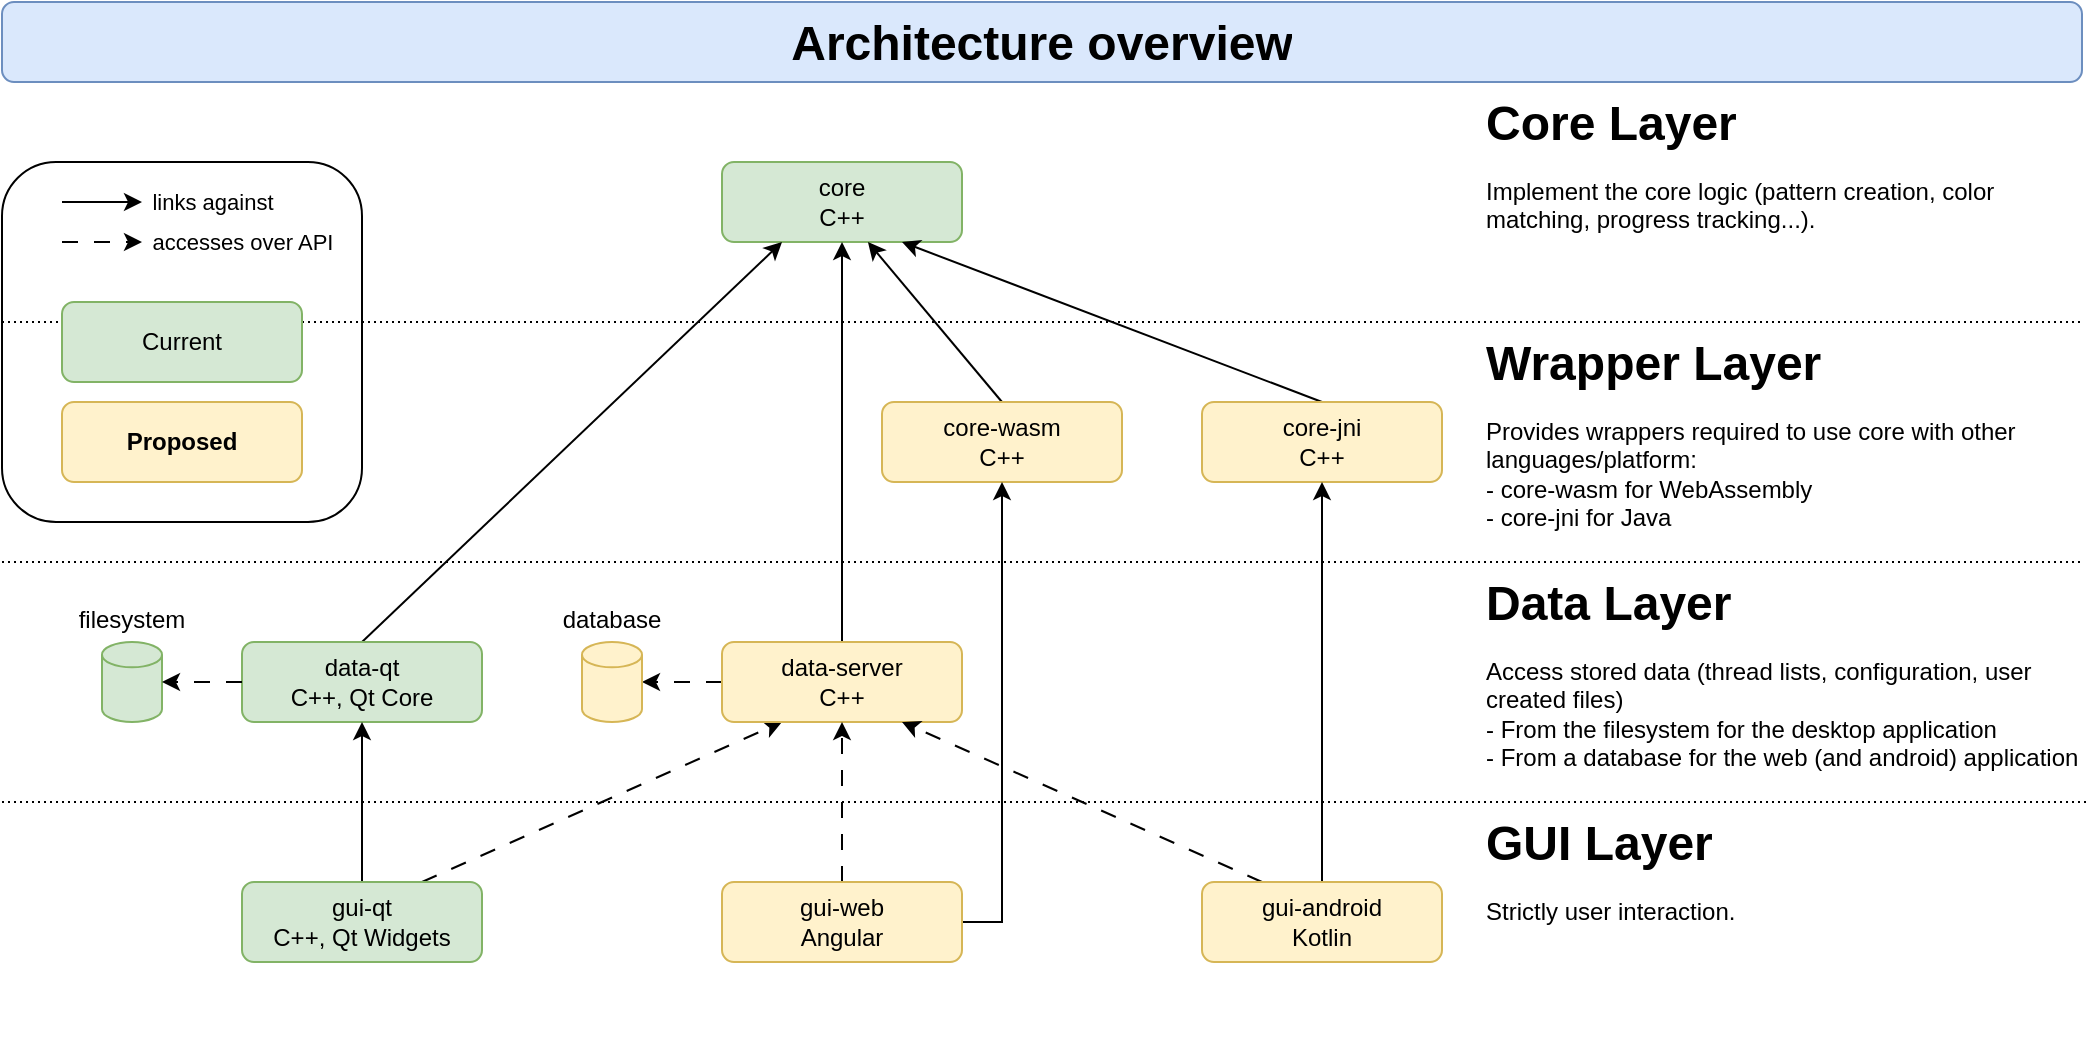
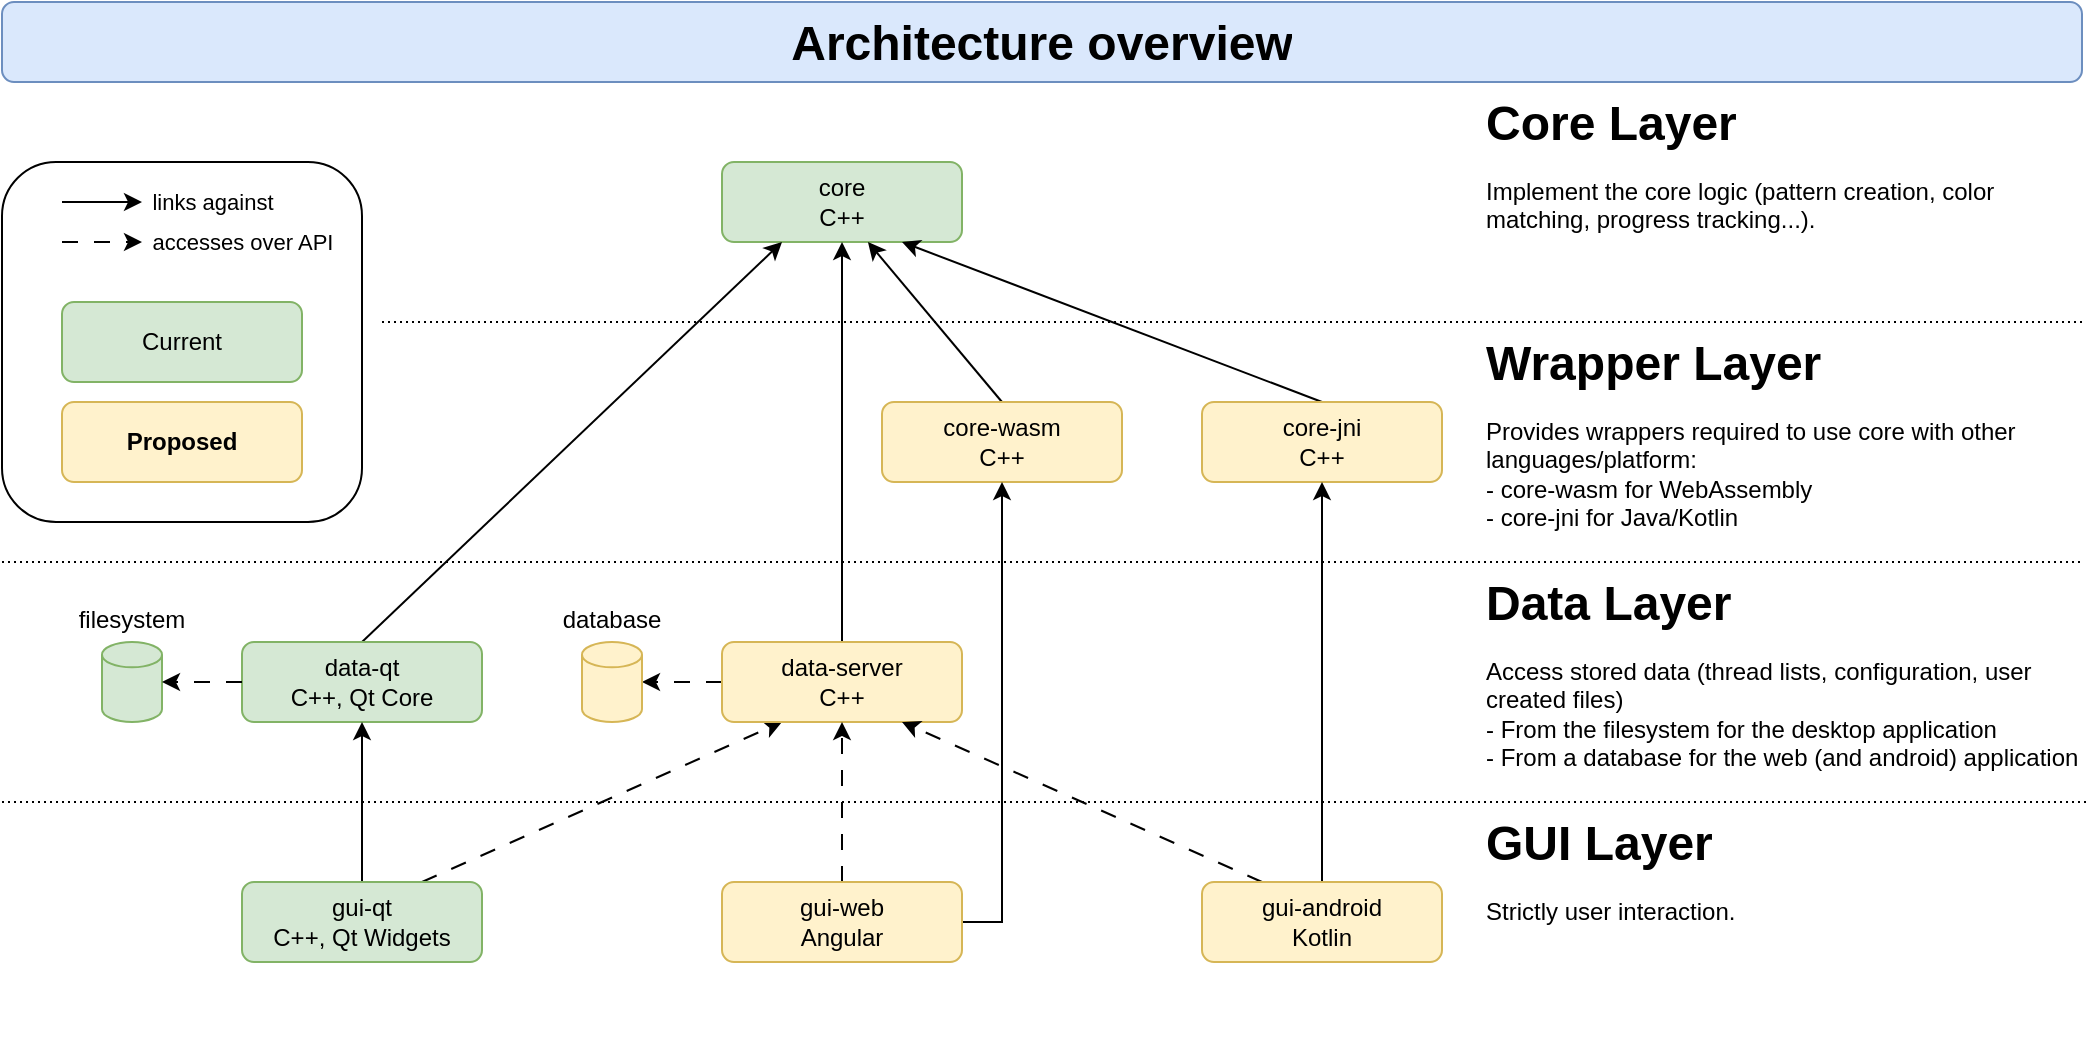
<mxfile host="Electron" agent="Mozilla/5.0 (X11; Linux x86_64) AppleWebKit/537.36 (KHTML, like Gecko) draw.io/28.2.5 Chrome/138.0.7204.251 Electron/37.6.1 Safari/537.36" version="28.2.5">
  <diagram name="Seite-1" id="F41fRs0eCjDLxBcW3rhW">
-     <mxGraphModel dx="3094" dy="1462" grid="1" gridSize="10" guides="1" tooltips="1" connect="1" arrows="1" fold="1" page="1" pageScale="1" pageWidth="827" pageHeight="1169" math="0" shadow="0">
+     <mxGraphModel dx="2187" dy="877" grid="1" gridSize="10" guides="1" tooltips="1" connect="1" arrows="1" fold="1" page="1" pageScale="1" pageWidth="827" pageHeight="1169" math="0" shadow="0">
      <root>
        <mxCell id="0" />
        <mxCell id="1" parent="0" />
-         <mxCell id="LadjJh0SSRlLmkwfqYPK-57" value="" style="rounded=1;whiteSpace=wrap;html=1;fillColor=default;" vertex="1" parent="1">
+         <mxCell id="LadjJh0SSRlLmkwfqYPK-57" value="" style="rounded=1;whiteSpace=wrap;html=1;fillColor=default;" parent="1" vertex="1">
          <mxGeometry x="-560" y="360" width="180" height="180" as="geometry" />
        </mxCell>
-         <mxCell id="LadjJh0SSRlLmkwfqYPK-1" value="core&lt;div&gt;C++&lt;/div&gt;" style="rounded=1;whiteSpace=wrap;html=1;fillColor=#d5e8d4;strokeColor=#82b366;" vertex="1" parent="1">
+         <mxCell id="LadjJh0SSRlLmkwfqYPK-1" value="core&lt;div&gt;C++&lt;/div&gt;" style="rounded=1;whiteSpace=wrap;html=1;fillColor=#d5e8d4;strokeColor=#82b366;" parent="1" vertex="1">
          <mxGeometry x="-200" y="360" width="120" height="40" as="geometry" />
        </mxCell>
-         <mxCell id="LadjJh0SSRlLmkwfqYPK-16" style="edgeStyle=none;rounded=0;orthogonalLoop=1;jettySize=auto;html=1;exitX=0.5;exitY=0;exitDx=0;exitDy=0;entryX=0.25;entryY=1;entryDx=0;entryDy=0;" edge="1" parent="1" source="LadjJh0SSRlLmkwfqYPK-2" target="LadjJh0SSRlLmkwfqYPK-1">
+         <mxCell id="LadjJh0SSRlLmkwfqYPK-16" style="edgeStyle=none;rounded=0;orthogonalLoop=1;jettySize=auto;html=1;exitX=0.5;exitY=0;exitDx=0;exitDy=0;entryX=0.25;entryY=1;entryDx=0;entryDy=0;" parent="1" source="LadjJh0SSRlLmkwfqYPK-2" target="LadjJh0SSRlLmkwfqYPK-1" edge="1">
          <mxGeometry relative="1" as="geometry" />
        </mxCell>
-         <mxCell id="LadjJh0SSRlLmkwfqYPK-2" value="data-qt&lt;div&gt;C++, Qt Core&lt;/div&gt;" style="rounded=1;whiteSpace=wrap;html=1;fillColor=#d5e8d4;strokeColor=#82b366;" vertex="1" parent="1">
+         <mxCell id="LadjJh0SSRlLmkwfqYPK-2" value="data-qt&lt;div&gt;C++, Qt Core&lt;/div&gt;" style="rounded=1;whiteSpace=wrap;html=1;fillColor=#d5e8d4;strokeColor=#82b366;" parent="1" vertex="1">
          <mxGeometry x="-440" y="600" width="120" height="40" as="geometry" />
        </mxCell>
-         <mxCell id="LadjJh0SSRlLmkwfqYPK-17" value="" style="edgeStyle=none;rounded=0;orthogonalLoop=1;jettySize=auto;html=1;exitX=0.5;exitY=0;exitDx=0;exitDy=0;entryX=0.5;entryY=1;entryDx=0;entryDy=0;" edge="1" parent="1" source="LadjJh0SSRlLmkwfqYPK-3" target="LadjJh0SSRlLmkwfqYPK-2">
+         <mxCell id="LadjJh0SSRlLmkwfqYPK-17" value="" style="edgeStyle=none;rounded=0;orthogonalLoop=1;jettySize=auto;html=1;exitX=0.5;exitY=0;exitDx=0;exitDy=0;entryX=0.5;entryY=1;entryDx=0;entryDy=0;" parent="1" source="LadjJh0SSRlLmkwfqYPK-3" target="LadjJh0SSRlLmkwfqYPK-2" edge="1">
          <mxGeometry relative="1" as="geometry" />
        </mxCell>
-         <mxCell id="LadjJh0SSRlLmkwfqYPK-22" style="edgeStyle=none;rounded=0;orthogonalLoop=1;jettySize=auto;html=1;exitX=0.75;exitY=0;exitDx=0;exitDy=0;entryX=0.25;entryY=1;entryDx=0;entryDy=0;dashed=1;dashPattern=8 8;" edge="1" parent="1" source="LadjJh0SSRlLmkwfqYPK-3" target="LadjJh0SSRlLmkwfqYPK-5">
+         <mxCell id="LadjJh0SSRlLmkwfqYPK-22" style="edgeStyle=none;rounded=0;orthogonalLoop=1;jettySize=auto;html=1;exitX=0.75;exitY=0;exitDx=0;exitDy=0;entryX=0.25;entryY=1;entryDx=0;entryDy=0;dashed=1;dashPattern=8 8;" parent="1" source="LadjJh0SSRlLmkwfqYPK-3" target="LadjJh0SSRlLmkwfqYPK-5" edge="1">
          <mxGeometry relative="1" as="geometry" />
        </mxCell>
-         <mxCell id="LadjJh0SSRlLmkwfqYPK-3" value="gui-qt&lt;div&gt;C++, Qt Widgets&lt;/div&gt;" style="rounded=1;whiteSpace=wrap;html=1;fillColor=#d5e8d4;strokeColor=#82b366;" vertex="1" parent="1">
+         <mxCell id="LadjJh0SSRlLmkwfqYPK-3" value="gui-qt&lt;div&gt;C++, Qt Widgets&lt;/div&gt;" style="rounded=1;whiteSpace=wrap;html=1;fillColor=#d5e8d4;strokeColor=#82b366;" parent="1" vertex="1">
          <mxGeometry x="-440" y="720" width="120" height="40" as="geometry" />
        </mxCell>
-         <mxCell id="LadjJh0SSRlLmkwfqYPK-14" value="" style="rounded=0;orthogonalLoop=1;jettySize=auto;html=1;exitX=0.5;exitY=0;exitDx=0;exitDy=0;entryX=0.608;entryY=1;entryDx=0;entryDy=0;entryPerimeter=0;" edge="1" parent="1" source="LadjJh0SSRlLmkwfqYPK-4" target="LadjJh0SSRlLmkwfqYPK-1">
+         <mxCell id="LadjJh0SSRlLmkwfqYPK-14" value="" style="rounded=0;orthogonalLoop=1;jettySize=auto;html=1;exitX=0.5;exitY=0;exitDx=0;exitDy=0;entryX=0.608;entryY=1;entryDx=0;entryDy=0;entryPerimeter=0;" parent="1" source="LadjJh0SSRlLmkwfqYPK-4" target="LadjJh0SSRlLmkwfqYPK-1" edge="1">
          <mxGeometry relative="1" as="geometry" />
        </mxCell>
-         <mxCell id="LadjJh0SSRlLmkwfqYPK-4" value="core-wasm&lt;div&gt;C++&lt;/div&gt;" style="rounded=1;whiteSpace=wrap;html=1;fillColor=#fff2cc;strokeColor=#d6b656;" vertex="1" parent="1">
+         <mxCell id="LadjJh0SSRlLmkwfqYPK-4" value="core-wasm&lt;div&gt;C++&lt;/div&gt;" style="rounded=1;whiteSpace=wrap;html=1;fillColor=#fff2cc;strokeColor=#d6b656;" parent="1" vertex="1">
          <mxGeometry x="-120" y="480" width="120" height="40" as="geometry" />
        </mxCell>
-         <mxCell id="LadjJh0SSRlLmkwfqYPK-20" value="" style="edgeStyle=none;rounded=0;orthogonalLoop=1;jettySize=auto;html=1;exitX=0.5;exitY=0;exitDx=0;exitDy=0;entryX=0.5;entryY=1;entryDx=0;entryDy=0;" edge="1" parent="1" source="LadjJh0SSRlLmkwfqYPK-5" target="LadjJh0SSRlLmkwfqYPK-1">
+         <mxCell id="LadjJh0SSRlLmkwfqYPK-20" value="" style="edgeStyle=none;rounded=0;orthogonalLoop=1;jettySize=auto;html=1;exitX=0.5;exitY=0;exitDx=0;exitDy=0;entryX=0.5;entryY=1;entryDx=0;entryDy=0;" parent="1" source="LadjJh0SSRlLmkwfqYPK-5" target="LadjJh0SSRlLmkwfqYPK-1" edge="1">
          <mxGeometry x="0.3" relative="1" as="geometry">
            <mxPoint as="offset" />
          </mxGeometry>
        </mxCell>
-         <mxCell id="LadjJh0SSRlLmkwfqYPK-29" value="" style="edgeStyle=none;rounded=0;orthogonalLoop=1;jettySize=auto;html=1;exitX=0;exitY=0.5;exitDx=0;exitDy=0;dashed=1;dashPattern=8 8;" edge="1" parent="1" source="LadjJh0SSRlLmkwfqYPK-5" target="LadjJh0SSRlLmkwfqYPK-27">
+         <mxCell id="LadjJh0SSRlLmkwfqYPK-29" value="" style="edgeStyle=none;rounded=0;orthogonalLoop=1;jettySize=auto;html=1;exitX=0;exitY=0.5;exitDx=0;exitDy=0;dashed=1;dashPattern=8 8;" parent="1" source="LadjJh0SSRlLmkwfqYPK-5" target="LadjJh0SSRlLmkwfqYPK-27" edge="1">
          <mxGeometry x="0.1995" y="10" relative="1" as="geometry">
            <mxPoint as="offset" />
          </mxGeometry>
        </mxCell>
-         <mxCell id="LadjJh0SSRlLmkwfqYPK-5" value="data-server&lt;div&gt;C++&lt;/div&gt;" style="rounded=1;whiteSpace=wrap;html=1;fillColor=#fff2cc;strokeColor=#d6b656;" vertex="1" parent="1">
+         <mxCell id="LadjJh0SSRlLmkwfqYPK-5" value="data-server&lt;div&gt;C++&lt;/div&gt;" style="rounded=1;whiteSpace=wrap;html=1;fillColor=#fff2cc;strokeColor=#d6b656;" parent="1" vertex="1">
          <mxGeometry x="-200" y="600" width="120" height="40" as="geometry" />
        </mxCell>
-         <mxCell id="LadjJh0SSRlLmkwfqYPK-18" value="" style="edgeStyle=orthogonalEdgeStyle;rounded=0;orthogonalLoop=1;jettySize=auto;html=1;exitX=1;exitY=0.5;exitDx=0;exitDy=0;entryX=0.5;entryY=1;entryDx=0;entryDy=0;" edge="1" parent="1" source="LadjJh0SSRlLmkwfqYPK-6" target="LadjJh0SSRlLmkwfqYPK-4">
+         <mxCell id="LadjJh0SSRlLmkwfqYPK-18" value="" style="edgeStyle=orthogonalEdgeStyle;rounded=0;orthogonalLoop=1;jettySize=auto;html=1;exitX=1;exitY=0.5;exitDx=0;exitDy=0;entryX=0.5;entryY=1;entryDx=0;entryDy=0;" parent="1" source="LadjJh0SSRlLmkwfqYPK-6" target="LadjJh0SSRlLmkwfqYPK-4" edge="1">
          <mxGeometry x="0.5834" relative="1" as="geometry">
            <Array as="points">
              <mxPoint x="-60" y="740" />
            </Array>
            <mxPoint as="offset" />
          </mxGeometry>
        </mxCell>
-         <mxCell id="LadjJh0SSRlLmkwfqYPK-21" value="" style="edgeStyle=none;rounded=0;orthogonalLoop=1;jettySize=auto;html=1;exitX=0.5;exitY=0;exitDx=0;exitDy=0;entryX=0.5;entryY=1;entryDx=0;entryDy=0;dashed=1;dashPattern=8 8;" edge="1" parent="1" source="LadjJh0SSRlLmkwfqYPK-6" target="LadjJh0SSRlLmkwfqYPK-5">
+         <mxCell id="LadjJh0SSRlLmkwfqYPK-21" value="" style="edgeStyle=none;rounded=0;orthogonalLoop=1;jettySize=auto;html=1;exitX=0.5;exitY=0;exitDx=0;exitDy=0;entryX=0.5;entryY=1;entryDx=0;entryDy=0;dashed=1;dashPattern=8 8;" parent="1" source="LadjJh0SSRlLmkwfqYPK-6" target="LadjJh0SSRlLmkwfqYPK-5" edge="1">
          <mxGeometry relative="1" as="geometry" />
        </mxCell>
-         <mxCell id="LadjJh0SSRlLmkwfqYPK-6" value="gui-web&lt;div&gt;Angular&lt;/div&gt;" style="rounded=1;whiteSpace=wrap;html=1;fillColor=#fff2cc;strokeColor=#d6b656;" vertex="1" parent="1">
+         <mxCell id="LadjJh0SSRlLmkwfqYPK-6" value="gui-web&lt;div&gt;Angular&lt;/div&gt;" style="rounded=1;whiteSpace=wrap;html=1;fillColor=#fff2cc;strokeColor=#d6b656;" parent="1" vertex="1">
          <mxGeometry x="-200" y="720" width="120" height="40" as="geometry" />
        </mxCell>
-         <mxCell id="LadjJh0SSRlLmkwfqYPK-15" value="" style="edgeStyle=none;rounded=0;orthogonalLoop=1;jettySize=auto;html=1;exitX=0.5;exitY=0;exitDx=0;exitDy=0;entryX=0.75;entryY=1;entryDx=0;entryDy=0;" edge="1" parent="1" source="LadjJh0SSRlLmkwfqYPK-7" target="LadjJh0SSRlLmkwfqYPK-1">
+         <mxCell id="LadjJh0SSRlLmkwfqYPK-15" value="" style="edgeStyle=none;rounded=0;orthogonalLoop=1;jettySize=auto;html=1;exitX=0.5;exitY=0;exitDx=0;exitDy=0;entryX=0.75;entryY=1;entryDx=0;entryDy=0;" parent="1" source="LadjJh0SSRlLmkwfqYPK-7" target="LadjJh0SSRlLmkwfqYPK-1" edge="1">
          <mxGeometry relative="1" as="geometry" />
        </mxCell>
-         <mxCell id="LadjJh0SSRlLmkwfqYPK-7" value="core-jni&lt;div&gt;C++&lt;/div&gt;" style="rounded=1;whiteSpace=wrap;html=1;fillColor=#fff2cc;strokeColor=#d6b656;" vertex="1" parent="1">
+         <mxCell id="LadjJh0SSRlLmkwfqYPK-7" value="core-jni&lt;div&gt;C++&lt;/div&gt;" style="rounded=1;whiteSpace=wrap;html=1;fillColor=#fff2cc;strokeColor=#d6b656;" parent="1" vertex="1">
          <mxGeometry x="40" y="480" width="120" height="40" as="geometry" />
        </mxCell>
-         <mxCell id="LadjJh0SSRlLmkwfqYPK-19" value="" style="edgeStyle=none;rounded=0;orthogonalLoop=1;jettySize=auto;html=1;exitX=0.5;exitY=0;exitDx=0;exitDy=0;entryX=0.5;entryY=1;entryDx=0;entryDy=0;" edge="1" parent="1" source="LadjJh0SSRlLmkwfqYPK-8" target="LadjJh0SSRlLmkwfqYPK-7">
+         <mxCell id="LadjJh0SSRlLmkwfqYPK-19" value="" style="edgeStyle=none;rounded=0;orthogonalLoop=1;jettySize=auto;html=1;exitX=0.5;exitY=0;exitDx=0;exitDy=0;entryX=0.5;entryY=1;entryDx=0;entryDy=0;" parent="1" source="LadjJh0SSRlLmkwfqYPK-8" target="LadjJh0SSRlLmkwfqYPK-7" edge="1">
          <mxGeometry relative="1" as="geometry" />
        </mxCell>
-         <mxCell id="LadjJh0SSRlLmkwfqYPK-23" value="" style="edgeStyle=none;rounded=0;orthogonalLoop=1;jettySize=auto;html=1;exitX=0.25;exitY=0;exitDx=0;exitDy=0;entryX=0.75;entryY=1;entryDx=0;entryDy=0;dashed=1;dashPattern=8 8;" edge="1" parent="1" source="LadjJh0SSRlLmkwfqYPK-8" target="LadjJh0SSRlLmkwfqYPK-5">
+         <mxCell id="LadjJh0SSRlLmkwfqYPK-23" value="" style="edgeStyle=none;rounded=0;orthogonalLoop=1;jettySize=auto;html=1;exitX=0.25;exitY=0;exitDx=0;exitDy=0;entryX=0.75;entryY=1;entryDx=0;entryDy=0;dashed=1;dashPattern=8 8;" parent="1" source="LadjJh0SSRlLmkwfqYPK-8" target="LadjJh0SSRlLmkwfqYPK-5" edge="1">
          <mxGeometry relative="1" as="geometry" />
        </mxCell>
-         <mxCell id="LadjJh0SSRlLmkwfqYPK-8" value="gui-android&lt;div&gt;Kotlin&lt;/div&gt;" style="rounded=1;whiteSpace=wrap;html=1;fillColor=#fff2cc;strokeColor=#d6b656;" vertex="1" parent="1">
+         <mxCell id="LadjJh0SSRlLmkwfqYPK-8" value="gui-android&lt;div&gt;Kotlin&lt;/div&gt;" style="rounded=1;whiteSpace=wrap;html=1;fillColor=#fff2cc;strokeColor=#d6b656;" parent="1" vertex="1">
          <mxGeometry x="40" y="720" width="120" height="40" as="geometry" />
        </mxCell>
-         <mxCell id="LadjJh0SSRlLmkwfqYPK-26" value="&lt;div&gt;&lt;span style=&quot;background-color: transparent; color: light-dark(rgb(0, 0, 0), rgb(255, 255, 255));&quot;&gt;filesystem&lt;/span&gt;&lt;/div&gt;&lt;div&gt;&lt;span style=&quot;background-color: transparent; color: light-dark(rgb(0, 0, 0), rgb(255, 255, 255));&quot;&gt;&lt;br&gt;&lt;/span&gt;&lt;/div&gt;&lt;div&gt;&lt;span style=&quot;background-color: transparent; color: light-dark(rgb(0, 0, 0), rgb(255, 255, 255));&quot;&gt;&lt;br&gt;&lt;/span&gt;&lt;/div&gt;&lt;div&gt;&lt;span style=&quot;background-color: transparent; color: light-dark(rgb(0, 0, 0), rgb(255, 255, 255));&quot;&gt;&lt;br&gt;&lt;/span&gt;&lt;/div&gt;&lt;div&gt;&lt;span style=&quot;background-color: transparent; color: light-dark(rgb(0, 0, 0), rgb(255, 255, 255));&quot;&gt;&lt;br&gt;&lt;/span&gt;&lt;/div&gt;&lt;div&gt;&lt;span style=&quot;background-color: transparent; color: light-dark(rgb(0, 0, 0), rgb(255, 255, 255));&quot;&gt;&lt;br&gt;&lt;/span&gt;&lt;/div&gt;" style="shape=cylinder3;whiteSpace=wrap;html=1;boundedLbl=1;backgroundOutline=1;size=6.333333333333343;aspect=fixed;fillColor=#d5e8d4;strokeColor=#82b366;" vertex="1" parent="1">
+         <mxCell id="LadjJh0SSRlLmkwfqYPK-26" value="&lt;div&gt;&lt;span style=&quot;background-color: transparent; color: light-dark(rgb(0, 0, 0), rgb(255, 255, 255));&quot;&gt;filesystem&lt;/span&gt;&lt;/div&gt;&lt;div&gt;&lt;span style=&quot;background-color: transparent; color: light-dark(rgb(0, 0, 0), rgb(255, 255, 255));&quot;&gt;&lt;br&gt;&lt;/span&gt;&lt;/div&gt;&lt;div&gt;&lt;span style=&quot;background-color: transparent; color: light-dark(rgb(0, 0, 0), rgb(255, 255, 255));&quot;&gt;&lt;br&gt;&lt;/span&gt;&lt;/div&gt;&lt;div&gt;&lt;span style=&quot;background-color: transparent; color: light-dark(rgb(0, 0, 0), rgb(255, 255, 255));&quot;&gt;&lt;br&gt;&lt;/span&gt;&lt;/div&gt;&lt;div&gt;&lt;span style=&quot;background-color: transparent; color: light-dark(rgb(0, 0, 0), rgb(255, 255, 255));&quot;&gt;&lt;br&gt;&lt;/span&gt;&lt;/div&gt;&lt;div&gt;&lt;span style=&quot;background-color: transparent; color: light-dark(rgb(0, 0, 0), rgb(255, 255, 255));&quot;&gt;&lt;br&gt;&lt;/span&gt;&lt;/div&gt;" style="shape=cylinder3;whiteSpace=wrap;html=1;boundedLbl=1;backgroundOutline=1;size=6.333333333333343;aspect=fixed;fillColor=#d5e8d4;strokeColor=#82b366;" parent="1" vertex="1">
          <mxGeometry x="-510" y="600" width="30" height="40" as="geometry" />
        </mxCell>
-         <mxCell id="LadjJh0SSRlLmkwfqYPK-27" value="&lt;div&gt;&lt;span style=&quot;background-color: transparent; color: light-dark(rgb(0, 0, 0), rgb(255, 255, 255));&quot;&gt;database&lt;/span&gt;&lt;/div&gt;&lt;div&gt;&lt;span style=&quot;background-color: transparent; color: light-dark(rgb(0, 0, 0), rgb(255, 255, 255));&quot;&gt;&lt;br&gt;&lt;/span&gt;&lt;/div&gt;&lt;div&gt;&lt;span style=&quot;background-color: transparent; color: light-dark(rgb(0, 0, 0), rgb(255, 255, 255));&quot;&gt;&lt;br&gt;&lt;/span&gt;&lt;/div&gt;&lt;div&gt;&lt;span style=&quot;background-color: transparent; color: light-dark(rgb(0, 0, 0), rgb(255, 255, 255));&quot;&gt;&lt;br&gt;&lt;/span&gt;&lt;/div&gt;&lt;div&gt;&lt;span style=&quot;background-color: transparent; color: light-dark(rgb(0, 0, 0), rgb(255, 255, 255));&quot;&gt;&lt;br&gt;&lt;/span&gt;&lt;/div&gt;&lt;div&gt;&lt;span style=&quot;background-color: transparent; color: light-dark(rgb(0, 0, 0), rgb(255, 255, 255));&quot;&gt;&lt;br&gt;&lt;/span&gt;&lt;/div&gt;" style="shape=cylinder3;whiteSpace=wrap;html=1;boundedLbl=1;backgroundOutline=1;size=6.333333333333343;aspect=fixed;fillColor=#fff2cc;strokeColor=#d6b656;" vertex="1" parent="1">
+         <mxCell id="LadjJh0SSRlLmkwfqYPK-27" value="&lt;div&gt;&lt;span style=&quot;background-color: transparent; color: light-dark(rgb(0, 0, 0), rgb(255, 255, 255));&quot;&gt;database&lt;/span&gt;&lt;/div&gt;&lt;div&gt;&lt;span style=&quot;background-color: transparent; color: light-dark(rgb(0, 0, 0), rgb(255, 255, 255));&quot;&gt;&lt;br&gt;&lt;/span&gt;&lt;/div&gt;&lt;div&gt;&lt;span style=&quot;background-color: transparent; color: light-dark(rgb(0, 0, 0), rgb(255, 255, 255));&quot;&gt;&lt;br&gt;&lt;/span&gt;&lt;/div&gt;&lt;div&gt;&lt;span style=&quot;background-color: transparent; color: light-dark(rgb(0, 0, 0), rgb(255, 255, 255));&quot;&gt;&lt;br&gt;&lt;/span&gt;&lt;/div&gt;&lt;div&gt;&lt;span style=&quot;background-color: transparent; color: light-dark(rgb(0, 0, 0), rgb(255, 255, 255));&quot;&gt;&lt;br&gt;&lt;/span&gt;&lt;/div&gt;&lt;div&gt;&lt;span style=&quot;background-color: transparent; color: light-dark(rgb(0, 0, 0), rgb(255, 255, 255));&quot;&gt;&lt;br&gt;&lt;/span&gt;&lt;/div&gt;" style="shape=cylinder3;whiteSpace=wrap;html=1;boundedLbl=1;backgroundOutline=1;size=6.333333333333343;aspect=fixed;fillColor=#fff2cc;strokeColor=#d6b656;" parent="1" vertex="1">
          <mxGeometry x="-270" y="600" width="30" height="40" as="geometry" />
        </mxCell>
-         <mxCell id="LadjJh0SSRlLmkwfqYPK-35" style="edgeStyle=none;rounded=0;orthogonalLoop=1;jettySize=auto;html=1;exitX=0;exitY=0.5;exitDx=0;exitDy=0;entryX=1;entryY=0.5;entryDx=0;entryDy=0;entryPerimeter=0;dashed=1;dashPattern=8 8;" edge="1" parent="1" source="LadjJh0SSRlLmkwfqYPK-2" target="LadjJh0SSRlLmkwfqYPK-26">
+         <mxCell id="LadjJh0SSRlLmkwfqYPK-35" style="edgeStyle=none;rounded=0;orthogonalLoop=1;jettySize=auto;html=1;exitX=0;exitY=0.5;exitDx=0;exitDy=0;entryX=1;entryY=0.5;entryDx=0;entryDy=0;entryPerimeter=0;dashed=1;dashPattern=8 8;" parent="1" source="LadjJh0SSRlLmkwfqYPK-2" target="LadjJh0SSRlLmkwfqYPK-26" edge="1">
          <mxGeometry relative="1" as="geometry" />
        </mxCell>
-         <mxCell id="LadjJh0SSRlLmkwfqYPK-36" value="" style="edgeStyle=none;rounded=0;orthogonalLoop=1;jettySize=auto;html=1;exitX=0.5;exitY=0;exitDx=0;exitDy=0;" edge="1" parent="1">
+         <mxCell id="LadjJh0SSRlLmkwfqYPK-36" value="" style="edgeStyle=none;rounded=0;orthogonalLoop=1;jettySize=auto;html=1;exitX=0.5;exitY=0;exitDx=0;exitDy=0;" parent="1" edge="1">
          <mxGeometry relative="1" as="geometry">
            <mxPoint x="-530" y="380" as="sourcePoint" />
            <mxPoint x="-490" y="380" as="targetPoint" />
          </mxGeometry>
        </mxCell>
-         <mxCell id="LadjJh0SSRlLmkwfqYPK-37" value="links against" style="edgeLabel;html=1;align=center;verticalAlign=middle;resizable=0;points=[];" vertex="1" connectable="0" parent="LadjJh0SSRlLmkwfqYPK-36">
+         <mxCell id="LadjJh0SSRlLmkwfqYPK-37" value="links against" style="edgeLabel;html=1;align=center;verticalAlign=middle;resizable=0;points=[];" parent="LadjJh0SSRlLmkwfqYPK-36" vertex="1" connectable="0">
          <mxGeometry x="0.0603" y="-3" relative="1" as="geometry">
            <mxPoint x="54" y="-3" as="offset" />
          </mxGeometry>
        </mxCell>
-         <mxCell id="LadjJh0SSRlLmkwfqYPK-38" value="" style="edgeStyle=none;rounded=0;orthogonalLoop=1;jettySize=auto;html=1;exitX=0.5;exitY=0;exitDx=0;exitDy=0;dashed=1;dashPattern=8 8;" edge="1" parent="1">
+         <mxCell id="LadjJh0SSRlLmkwfqYPK-38" value="" style="edgeStyle=none;rounded=0;orthogonalLoop=1;jettySize=auto;html=1;exitX=0.5;exitY=0;exitDx=0;exitDy=0;dashed=1;dashPattern=8 8;" parent="1" edge="1">
          <mxGeometry relative="1" as="geometry">
            <mxPoint x="-530" y="400" as="sourcePoint" />
            <mxPoint x="-490" y="400" as="targetPoint" />
          </mxGeometry>
        </mxCell>
-         <mxCell id="LadjJh0SSRlLmkwfqYPK-39" value="accesses over API" style="edgeLabel;html=1;align=center;verticalAlign=middle;resizable=0;points=[];" vertex="1" connectable="0" parent="LadjJh0SSRlLmkwfqYPK-38">
+         <mxCell id="LadjJh0SSRlLmkwfqYPK-39" value="accesses over API" style="edgeLabel;html=1;align=center;verticalAlign=middle;resizable=0;points=[];" parent="LadjJh0SSRlLmkwfqYPK-38" vertex="1" connectable="0">
          <mxGeometry x="0.0603" y="-3" relative="1" as="geometry">
            <mxPoint x="69" y="-3" as="offset" />
          </mxGeometry>
        </mxCell>
-         <mxCell id="LadjJh0SSRlLmkwfqYPK-41" value="" style="endArrow=none;html=1;rounded=0;dashed=1;dashPattern=1 2;" edge="1" parent="1">
+         <mxCell id="LadjJh0SSRlLmkwfqYPK-41" value="" style="endArrow=none;html=1;rounded=0;dashed=1;dashPattern=1 2;" parent="1" edge="1">
          <mxGeometry width="50" height="50" relative="1" as="geometry">
-             <mxPoint x="-560" y="440" as="sourcePoint" />
+             <mxPoint x="-370" y="440" as="sourcePoint" />
            <mxPoint x="480" y="440" as="targetPoint" />
          </mxGeometry>
        </mxCell>
-         <mxCell id="LadjJh0SSRlLmkwfqYPK-43" value="" style="endArrow=none;html=1;rounded=0;dashed=1;dashPattern=1 2;" edge="1" parent="1">
+         <mxCell id="LadjJh0SSRlLmkwfqYPK-43" value="" style="endArrow=none;html=1;rounded=0;dashed=1;dashPattern=1 2;" parent="1" edge="1">
          <mxGeometry width="50" height="50" relative="1" as="geometry">
            <mxPoint x="-560" y="560" as="sourcePoint" />
            <mxPoint x="480" y="560" as="targetPoint" />
          </mxGeometry>
        </mxCell>
-         <mxCell id="LadjJh0SSRlLmkwfqYPK-44" value="" style="endArrow=none;html=1;rounded=0;dashed=1;dashPattern=1 2;" edge="1" parent="1">
+         <mxCell id="LadjJh0SSRlLmkwfqYPK-44" value="" style="endArrow=none;html=1;rounded=0;dashed=1;dashPattern=1 2;" parent="1" edge="1">
          <mxGeometry width="50" height="50" relative="1" as="geometry">
            <mxPoint x="-560" y="680" as="sourcePoint" />
            <mxPoint x="482.58064516129025" y="680" as="targetPoint" />
          </mxGeometry>
        </mxCell>
-         <mxCell id="LadjJh0SSRlLmkwfqYPK-45" value="&lt;h1 style=&quot;margin-top: 0px; margin-bottom: 0px;&quot;&gt;&lt;font&gt;Core Layer&lt;/font&gt;&lt;/h1&gt;&lt;p&gt;Implement the core logic (pattern creation, color matching, progress tracking...).&lt;/p&gt;" style="text;html=1;whiteSpace=wrap;overflow=hidden;rounded=0;" vertex="1" parent="1">
+         <mxCell id="LadjJh0SSRlLmkwfqYPK-45" value="&lt;h1 style=&quot;margin-top: 0px; margin-bottom: 0px;&quot;&gt;&lt;font&gt;Core Layer&lt;/font&gt;&lt;/h1&gt;&lt;p&gt;Implement the core logic (pattern creation, color matching, progress tracking...).&lt;/p&gt;" style="text;html=1;whiteSpace=wrap;overflow=hidden;rounded=0;" parent="1" vertex="1">
          <mxGeometry x="180" y="320" width="300" height="120" as="geometry" />
        </mxCell>
-         <mxCell id="LadjJh0SSRlLmkwfqYPK-46" value="&lt;h1 style=&quot;margin-top: 0px; margin-bottom: 0px;&quot;&gt;&lt;font&gt;Wrapper Layer&lt;/font&gt;&lt;/h1&gt;&lt;p&gt;Provides wrappers required to use core with other languages/platform:&lt;br&gt;- core-wasm for WebAssembly&lt;br&gt;- core-jni for Java&lt;/p&gt;" style="text;html=1;whiteSpace=wrap;overflow=hidden;rounded=0;" vertex="1" parent="1">
+         <mxCell id="LadjJh0SSRlLmkwfqYPK-46" value="&lt;h1 style=&quot;margin-top: 0px; margin-bottom: 0px;&quot;&gt;&lt;font&gt;Wrapper Layer&lt;/font&gt;&lt;/h1&gt;&lt;p&gt;Provides wrappers required to use core with other languages/platform:&lt;br&gt;- core-wasm for WebAssembly&lt;br&gt;- core-jni for Java/Kotlin&lt;/p&gt;" style="text;html=1;whiteSpace=wrap;overflow=hidden;rounded=0;" parent="1" vertex="1">
          <mxGeometry x="180" y="440" width="300" height="120" as="geometry" />
        </mxCell>
-         <mxCell id="LadjJh0SSRlLmkwfqYPK-47" value="&lt;h1 style=&quot;margin-top: 0px; margin-bottom: 0px;&quot;&gt;&lt;font&gt;Data Layer&lt;/font&gt;&lt;/h1&gt;&lt;p&gt;Access stored data (thread lists, configuration, user created files)&lt;br&gt;- From the filesystem for the desktop application&lt;br&gt;- From a database for the web (and android) application&lt;/p&gt;" style="text;html=1;whiteSpace=wrap;overflow=hidden;rounded=0;" vertex="1" parent="1">
+         <mxCell id="LadjJh0SSRlLmkwfqYPK-47" value="&lt;h1 style=&quot;margin-top: 0px; margin-bottom: 0px;&quot;&gt;&lt;font&gt;Data Layer&lt;/font&gt;&lt;/h1&gt;&lt;p&gt;Access stored data (thread lists, configuration, user created files)&lt;br&gt;- From the filesystem for the desktop application&lt;br&gt;- From a database for the web (and android) application&lt;/p&gt;" style="text;html=1;whiteSpace=wrap;overflow=hidden;rounded=0;" parent="1" vertex="1">
          <mxGeometry x="180" y="560" width="300" height="120" as="geometry" />
        </mxCell>
-         <mxCell id="LadjJh0SSRlLmkwfqYPK-48" value="&lt;h1 style=&quot;margin-top: 0px; margin-bottom: 0px;&quot;&gt;&lt;font&gt;GUI Layer&lt;/font&gt;&lt;/h1&gt;&lt;p&gt;Strictly user interaction.&lt;/p&gt;" style="text;html=1;whiteSpace=wrap;overflow=hidden;rounded=0;" vertex="1" parent="1">
+         <mxCell id="LadjJh0SSRlLmkwfqYPK-48" value="&lt;h1 style=&quot;margin-top: 0px; margin-bottom: 0px;&quot;&gt;&lt;font&gt;GUI Layer&lt;/font&gt;&lt;/h1&gt;&lt;p&gt;Strictly user interaction.&lt;/p&gt;" style="text;html=1;whiteSpace=wrap;overflow=hidden;rounded=0;" parent="1" vertex="1">
          <mxGeometry x="180" y="680" width="300" height="120" as="geometry" />
        </mxCell>
-         <mxCell id="LadjJh0SSRlLmkwfqYPK-49" value="Current" style="rounded=1;whiteSpace=wrap;html=1;fillColor=#d5e8d4;strokeColor=#82b366;" vertex="1" parent="1">
+         <mxCell id="LadjJh0SSRlLmkwfqYPK-49" value="Current" style="rounded=1;whiteSpace=wrap;html=1;fillColor=#d5e8d4;strokeColor=#82b366;" parent="1" vertex="1">
          <mxGeometry x="-530" y="430" width="120" height="40" as="geometry" />
        </mxCell>
-         <mxCell id="LadjJh0SSRlLmkwfqYPK-50" value="&lt;b&gt;Proposed&lt;/b&gt;" style="rounded=1;whiteSpace=wrap;html=1;fillColor=#fff2cc;strokeColor=#d6b656;" vertex="1" parent="1">
+         <mxCell id="LadjJh0SSRlLmkwfqYPK-50" value="&lt;b&gt;Proposed&lt;/b&gt;" style="rounded=1;whiteSpace=wrap;html=1;fillColor=#fff2cc;strokeColor=#d6b656;" parent="1" vertex="1">
          <mxGeometry x="-530" y="480" width="120" height="40" as="geometry" />
        </mxCell>
-         <mxCell id="LadjJh0SSRlLmkwfqYPK-53" value="&lt;h1 style=&quot;margin-top: 0px;&quot;&gt;Architecture overview&lt;/h1&gt;" style="text;html=1;whiteSpace=wrap;overflow=hidden;rounded=1;strokeColor=#6c8ebf;align=center;fillColor=#dae8fc;" vertex="1" parent="1">
+         <mxCell id="LadjJh0SSRlLmkwfqYPK-53" value="&lt;h1 style=&quot;margin-top: 0px;&quot;&gt;Architecture overview&lt;/h1&gt;" style="text;html=1;whiteSpace=wrap;overflow=hidden;rounded=1;strokeColor=#6c8ebf;align=center;fillColor=#dae8fc;" parent="1" vertex="1">
          <mxGeometry x="-560" y="280" width="1040" height="40" as="geometry" />
        </mxCell>
      </root>
    </mxGraphModel>
  </diagram>
</mxfile>
